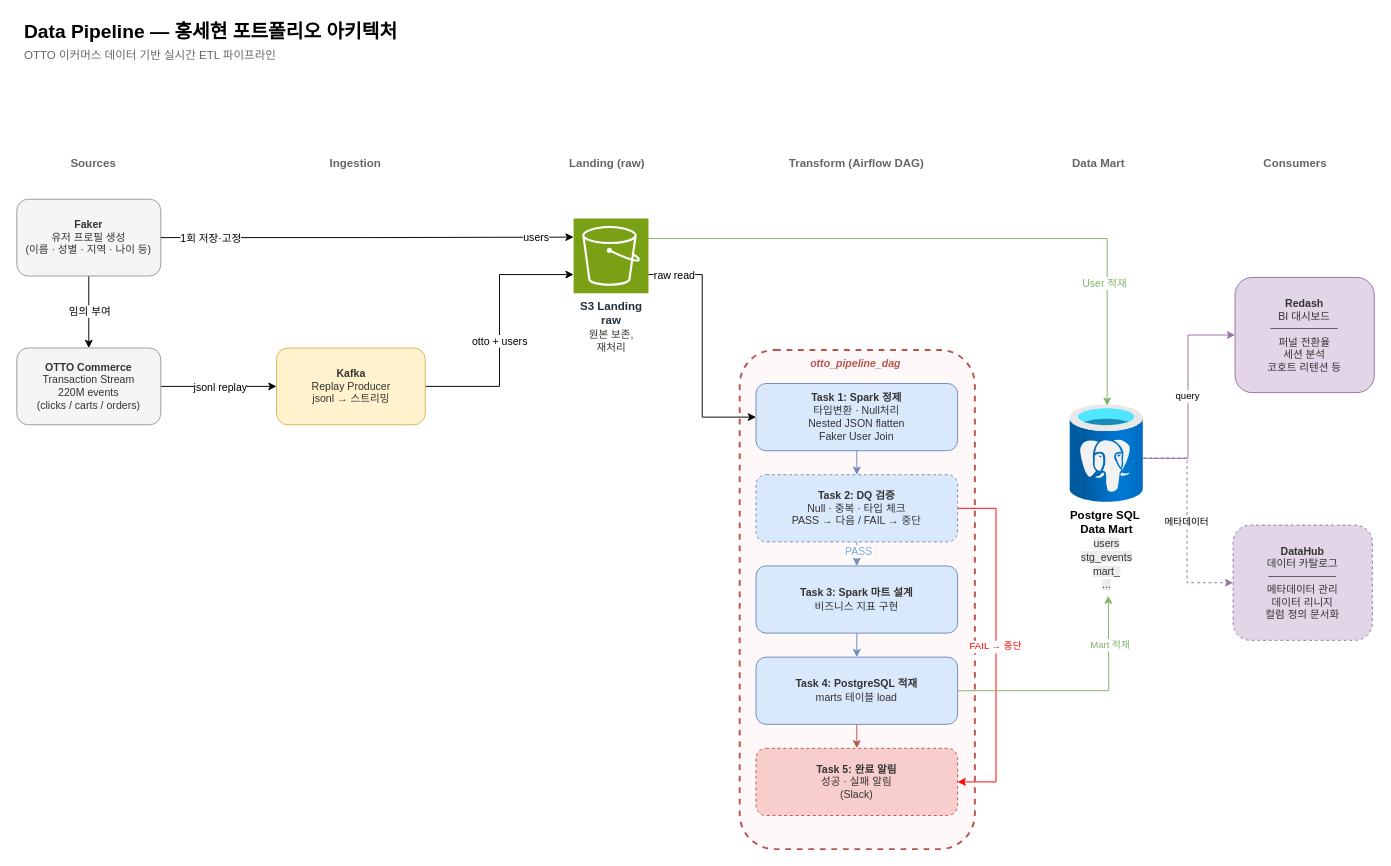
The draw.io diagram ETL 파이프라인 아키텍처.drawio in h-sehyun/e-commerce-pipeline, before the edit. Source tidied: cells renumbered, new cells numbered last; positions are measured from the earlier drawing's top-left corner, leaving out a move shared by most shapes. Both pictures are drawn from the tidied source at 96%, with x=0, y=0 at pixel (16, 16).
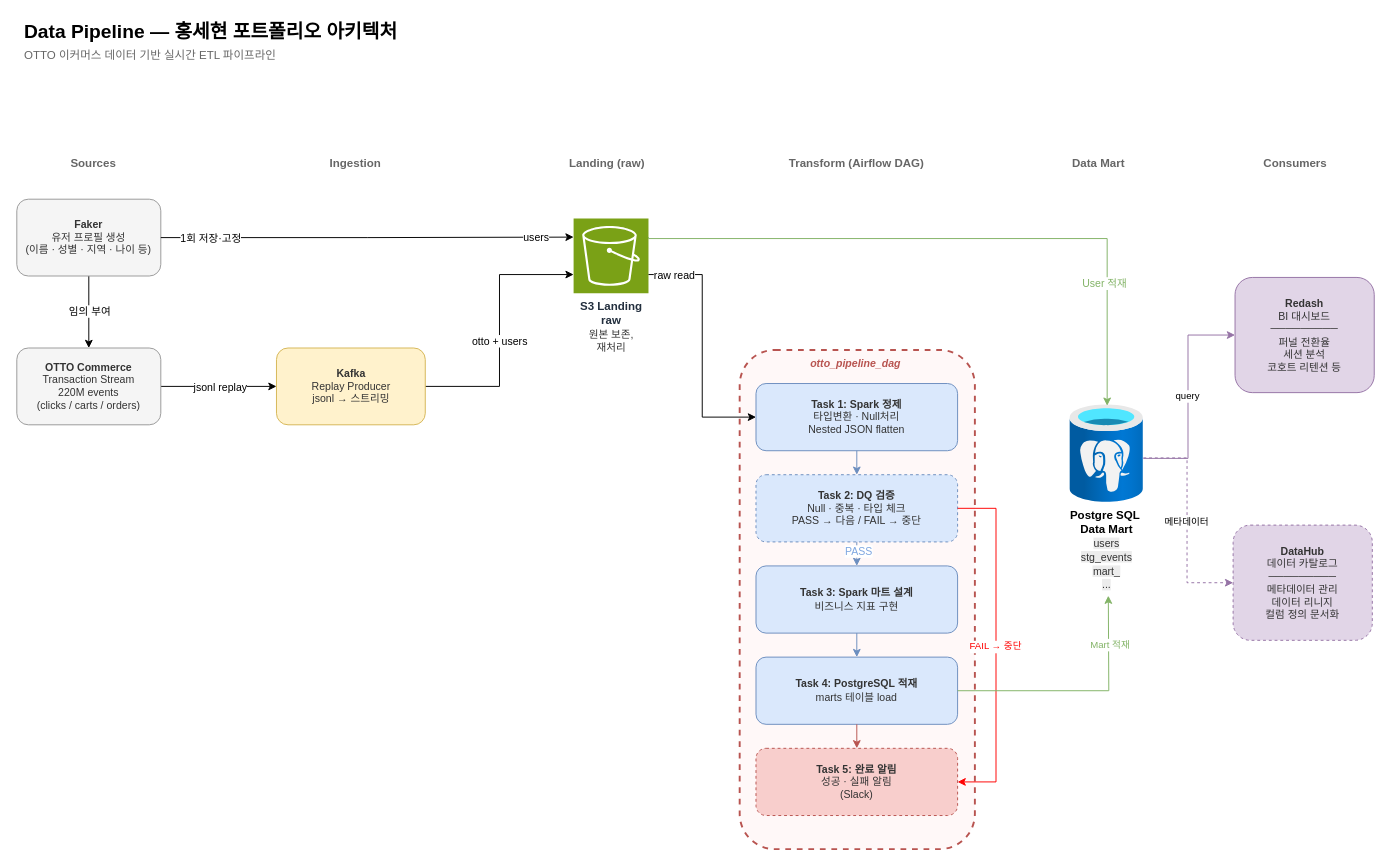
Above is the later version.

Commit message (it also covers changes not shown here):
docs: 아키텍처 수정

The edit, as a diff of the source:
```diff
@@
-    <mxCell id="27" value="&lt;b&gt;Task 1: Spark 정제&lt;/b&gt;&lt;br&gt;타입변환 · Null처리&lt;br&gt;Nested JSON flatten&lt;div&gt;Faker User Join&lt;/div&gt;" style="rounded=1;whiteSpace=wrap;html=1;fillColor=#dae8fc;strokeColor=#6c8ebf;fontColor=#333333;fontSize=11;align=center;" parent="1" vertex="1">
+    <mxCell id="27" value="&lt;b&gt;Task 1: Spark 정제&lt;/b&gt;&lt;br&gt;타입변환 · Null처리&lt;br&gt;Nested JSON flatten" style="rounded=1;whiteSpace=wrap;html=1;fillColor=#dae8fc;strokeColor=#6c8ebf;fontColor=#333333;fontSize=11;align=center;" parent="1" vertex="1">
       <mxGeometry x="770" y="382" width="210" height="70" as="geometry" />
     </mxCell>
```
